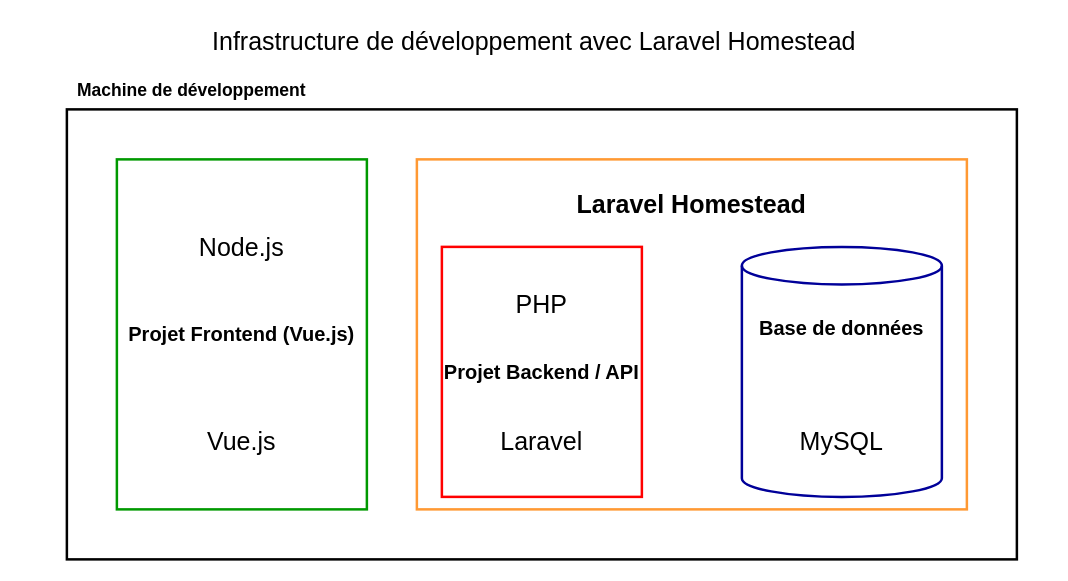
Earlier version of the draw.io diagram assets/figures/infrastructure-dev-laravel-homestead.drawio (alecberney/TB_Report). Source tidied: cells renumbered, new cells numbered last; positions are measured from the earlier drawing's top-left corner, leaving out a move shared by most shapes. Both pictures are drawn from the tidied source at 125%, with x=0, y=0 at pixel (21, 21).
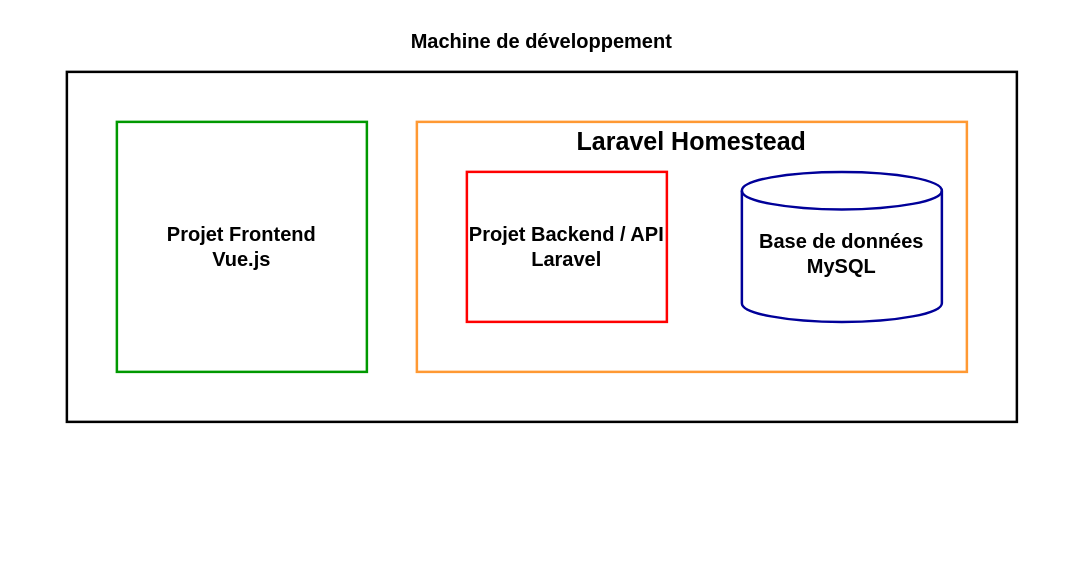
After the change.

The edit, as a diff of the source:
```diff
@@
 <mxGraphModel>
   <root>
     <mxCell id="0" />
     <mxCell id="1" parent="0" />
+    <mxCell id="4" style="rounded=0;whiteSpace=wrap;html=1;fillColor=none;strokeWidth=2;" parent="1" vertex="1">
+      <mxGeometry x="36" y="40" width="760" height="280" as="geometry" />
+    </mxCell>
     <mxCell id="2" style="rounded=0;whiteSpace=wrap;html=1;fontSize=14;strokeWidth=2;fillColor=none;strokeColor=#FF9933;" parent="1" vertex="1">
-      <mxGeometry x="316" y="110" width="440" height="280" as="geometry" />
+      <mxGeometry x="316" y="80" width="440" height="200" as="geometry" />
     </mxCell>
-    <mxCell id="3" value="Infrastructure de développement avec Laravel Homestead" style="text;html=1;strokeColor=none;fillColor=none;align=center;verticalAlign=middle;whiteSpace=wrap;rounded=0;fontSize=20;" parent="1" vertex="1">
-      <mxGeometry width="820" height="30" as="geometry" />
-    </mxCell>
-    <mxCell id="4" style="rounded=0;whiteSpace=wrap;html=1;fillColor=none;strokeWidth=2;" parent="1" vertex="1">
-      <mxGeometry x="36" y="70" width="760" height="360" as="geometry" />
-    </mxCell>
-    <mxCell id="5" value="&lt;span style=&quot;font-size: 14px;&quot;&gt;Machine de développement&lt;/span&gt;" style="text;html=1;strokeColor=none;fillColor=none;align=center;verticalAlign=middle;whiteSpace=wrap;rounded=0;fontStyle=1;fontSize=14;" parent="1" vertex="1">
-      <mxGeometry x="36" y="40" width="200" height="30" as="geometry" />
+    <mxCell id="5" value="&lt;span style=&quot;font-size: 16px;&quot;&gt;Machine de développement&lt;/span&gt;" style="text;html=1;strokeColor=none;fillColor=none;align=center;verticalAlign=middle;whiteSpace=wrap;rounded=0;fontStyle=1;fontSize=16;" parent="1" vertex="1">
+      <mxGeometry x="36" width="760" height="30" as="geometry" />
     </mxCell>
-    <mxCell id="6" value="&lt;font style=&quot;font-size: 16px;&quot;&gt;Projet Frontend (Vue.js)&lt;/font&gt;" style="rounded=0;whiteSpace=wrap;html=1;strokeWidth=2;fillColor=none;fontSize=16;fontStyle=1;strokeColor=#009900;" parent="1" vertex="1">
-      <mxGeometry x="76" y="110" width="200" height="280" as="geometry" />
+    <mxCell id="6" value="&lt;font style=&quot;font-size: 16px;&quot;&gt;Projet Frontend&lt;br&gt;Vue.js&lt;br&gt;&lt;/font&gt;" style="rounded=0;whiteSpace=wrap;html=1;strokeWidth=2;fillColor=none;fontSize=16;fontStyle=1;strokeColor=#009900;" parent="1" vertex="1">
+      <mxGeometry x="76" y="80" width="200" height="200" as="geometry" />
     </mxCell>
-    <mxCell id="7" value="Projet Backend / API" style="rounded=0;whiteSpace=wrap;html=1;strokeWidth=2;fillColor=none;fontSize=16;fontStyle=1;strokeColor=#FF0000;" parent="1" vertex="1">
-      <mxGeometry x="336" y="180" width="160" height="200" as="geometry" />
+    <mxCell id="7" value="Projet Backend / API&lt;br&gt;Laravel" style="rounded=0;whiteSpace=wrap;html=1;strokeWidth=2;fillColor=none;fontSize=16;fontStyle=1;strokeColor=#FF0000;" parent="1" vertex="1">
+      <mxGeometry x="356" y="120" width="160" height="120" as="geometry" />
     </mxCell>
     <mxCell id="8" style="shape=cylinder3;whiteSpace=wrap;html=1;boundedLbl=1;backgroundOutline=1;size=15;strokeWidth=2;fillColor=none;fontSize=16;fontStyle=1;strokeColor=#000099;" parent="1" vertex="1">
-      <mxGeometry x="576" y="180" width="160" height="200" as="geometry" />
+      <mxGeometry x="576" y="120" width="160" height="120" as="geometry" />
     </mxCell>
-    <mxCell id="9" value="Base de données" style="text;html=1;strokeColor=none;fillColor=none;align=center;verticalAlign=middle;whiteSpace=wrap;rounded=0;fontSize=16;fontStyle=1;" parent="1" vertex="1">
-      <mxGeometry x="576" y="230" width="160" height="30" as="geometry" />
+    <mxCell id="9" value="Base de données&lt;br&gt;MySQL" style="text;html=1;strokeColor=none;fillColor=none;align=center;verticalAlign=middle;whiteSpace=wrap;rounded=0;fontSize=16;fontStyle=1;" parent="1" vertex="1">
+      <mxGeometry x="576" y="170" width="160" height="30" as="geometry" />
     </mxCell>
     <mxCell id="10" value="Laravel Homestead" style="text;html=1;strokeColor=none;fillColor=none;align=center;verticalAlign=middle;whiteSpace=wrap;rounded=0;fontSize=20;fontStyle=1;" parent="1" vertex="1">
-      <mxGeometry x="316" y="130" width="440" height="30" as="geometry" />
+      <mxGeometry x="316" y="80" width="440" height="30" as="geometry" />
     </mxCell>
-    <mxCell id="11" value="Node.js" style="text;html=1;strokeColor=none;fillColor=none;align=center;verticalAlign=middle;whiteSpace=wrap;rounded=0;fontSize=20;" parent="1" vertex="1">
-      <mxGeometry x="76" y="165" width="200" height="30" as="geometry" />
-    </mxCell>
-    <mxCell id="12" value="Vue.js" style="text;html=1;strokeColor=none;fillColor=none;align=center;verticalAlign=middle;whiteSpace=wrap;rounded=0;fontSize=20;" parent="1" vertex="1">
-      <mxGeometry x="76" y="320" width="200" height="30" as="geometry" />
-    </mxCell>
-    <mxCell id="13" value="PHP" style="text;html=1;strokeColor=none;fillColor=none;align=center;verticalAlign=middle;whiteSpace=wrap;rounded=0;fontSize=20;" parent="1" vertex="1">
-      <mxGeometry x="336" y="210" width="160" height="30" as="geometry" />
-    </mxCell>
-    <mxCell id="14" value="Laravel" style="text;html=1;strokeColor=none;fillColor=none;align=center;verticalAlign=middle;whiteSpace=wrap;rounded=0;fontSize=20;" parent="1" vertex="1">
-      <mxGeometry x="336" y="320" width="160" height="30" as="geometry" />
-    </mxCell>
-    <mxCell id="15" value="MySQL" style="text;html=1;strokeColor=none;fillColor=none;align=center;verticalAlign=middle;whiteSpace=wrap;rounded=0;fontSize=20;" parent="1" vertex="1">
-      <mxGeometry x="576" y="320" width="160" height="30" as="geometry" />
-    </mxCell>
   </root>
 </mxGraphModel>
```
